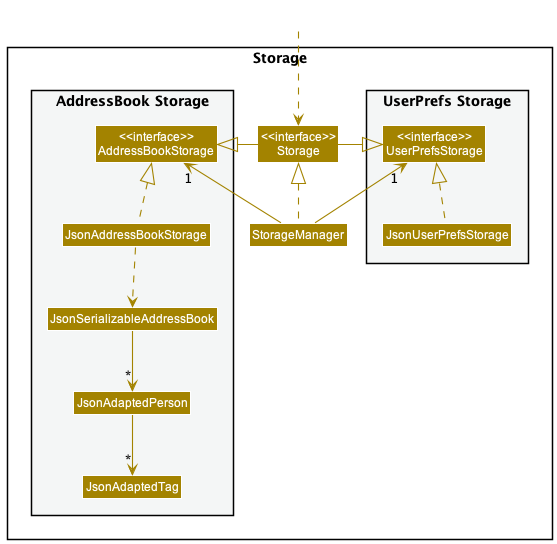
Earlier version of the PlantUML export docs/images/StorageClassDiagram.png (nus-cs2103-AY2223S1/tp). Source of this version:
```plantuml
@startuml
!include style.puml
skinparam arrowThickness 1.1
skinparam arrowColor STORAGE_COLOR
skinparam classBackgroundColor STORAGE_COLOR

package Storage{

package "UserPrefs Storage" #F4F6F6{
Class "<<interface>>\nUserPrefsStorage" as UserPrefsStorage
Class JsonUserPrefsStorage
}

Class "<<interface>>\nStorage" as Storage
Class StorageManager

package "AddressBook Storage" #F4F6F6{
Class "<<interface>>\nAddressBookStorage" as AddressBookStorage
Class JsonAddressBookStorage
Class JsonSerializableAddressBook
Class JsonAdaptedPerson
Class JsonAdaptedTag
}

}

Class HiddenOutside #FFFFFF
HiddenOutside ..> Storage

StorageManager .up.|> Storage
StorageManager -up-> "1" UserPrefsStorage
StorageManager -up-> "1" AddressBookStorage

Storage -left-|> UserPrefsStorage
Storage -right-|> AddressBookStorage

JsonUserPrefsStorage .up.|> UserPrefsStorage
JsonAddressBookStorage .up.|> AddressBookStorage
JsonAddressBookStorage ..> JsonSerializableAddressBook
JsonSerializableAddressBook --> "*" JsonAdaptedPerson
JsonAdaptedPerson --> "*" JsonAdaptedTag

@enduml
```
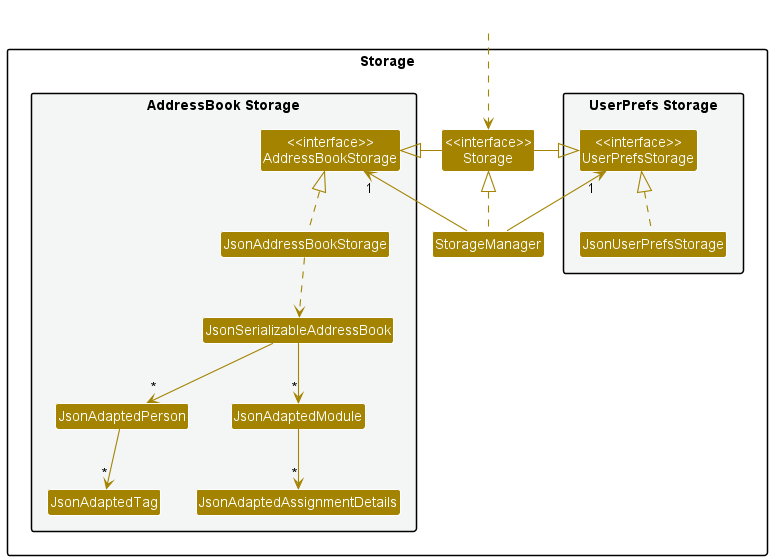
Above is the later version.

Commit message:
Update DG for storage classes

Diff of the diagram source:
```diff
@@ -20,6 +20,8 @@
 Class JsonSerializableAddressBook
 Class JsonAdaptedPerson
 Class JsonAdaptedTag
+Class JsonAdaptedModule
+Class JsonAdaptedAssignmentDetails
 }
 
 }
@@ -38,6 +40,9 @@
 JsonAddressBookStorage .up.|> AddressBookStorage
 JsonAddressBookStorage ..> JsonSerializableAddressBook
 JsonSerializableAddressBook --> "*" JsonAdaptedPerson
+JsonSerializableAddressBook --> "*" JsonAdaptedModule
 JsonAdaptedPerson --> "*" JsonAdaptedTag
+JsonAdaptedModule --> "*" JsonAdaptedAssignmentDetails
+
 
 @enduml
```
